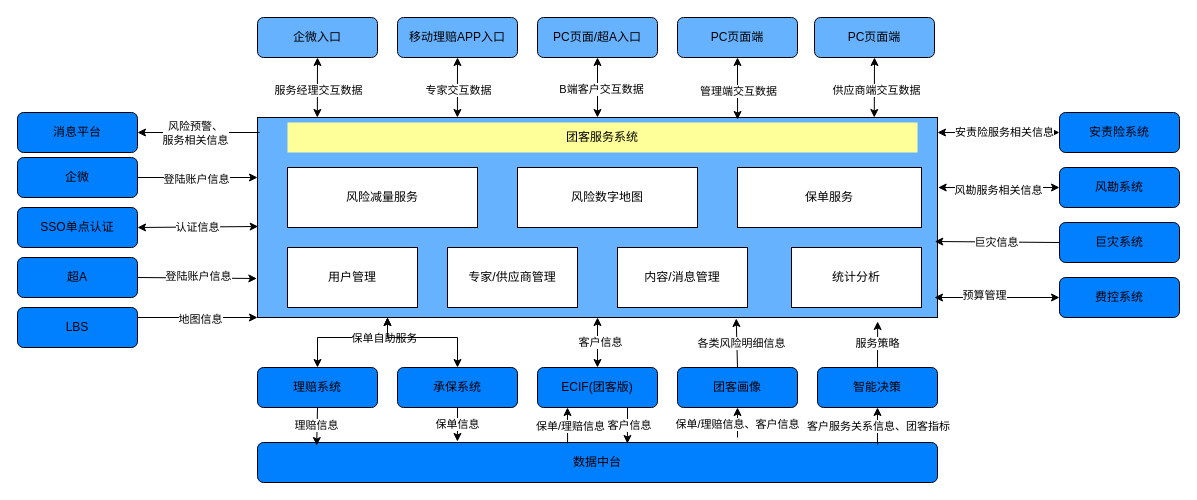
Before: 团客总体设计.drawio in loc1129/tech, a draw.io diagram. Source tidied: cells renumbered, new cells numbered last; positions are measured from the earlier drawing's top-left corner, leaving out a move shared by most shapes. Both pictures are drawn from the tidied source at 100%, with x=0, y=0 at pixel (17, 17).
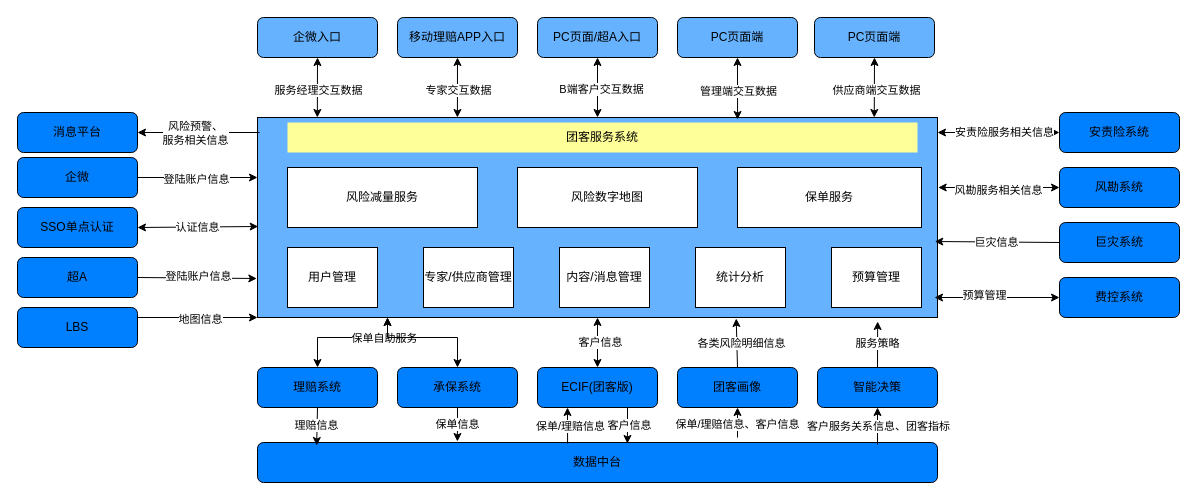
Above is the later version.

Commit message:
更新团客总体设计.drawio

What changed in the source:
```diff
@@
     <mxCell id="46" value="用户管理" style="rounded=0;whiteSpace=wrap;html=1;" parent="1" vertex="1">
-      <mxGeometry x="270" y="230" width="130" height="60" as="geometry" />
+      <mxGeometry x="270" y="230" width="90" height="60" as="geometry" />
     </mxCell>
     <mxCell id="47" value="专家/供应商管理" style="rounded=0;whiteSpace=wrap;html=1;" parent="1" vertex="1">
-      <mxGeometry x="430" y="230" width="130" height="60" as="geometry" />
+      <mxGeometry x="406" y="230" width="90" height="60" as="geometry" />
     </mxCell>
     <mxCell id="48" value="内容/消息管理" style="rounded=0;whiteSpace=wrap;html=1;" parent="1" vertex="1">
-      <mxGeometry x="600" y="230" width="130" height="60" as="geometry" />
+      <mxGeometry x="542" y="230" width="90" height="60" as="geometry" />
     </mxCell>
@@
     <mxCell id="51" value="统计分析" style="rounded=0;whiteSpace=wrap;html=1;" parent="1" vertex="1">
-      <mxGeometry x="774" y="230" width="130" height="60" as="geometry" />
+      <mxGeometry x="678" y="230" width="90" height="60" as="geometry" />
     </mxCell>
@@
+    <mxCell id="80" value="预算管理" style="rounded=0;whiteSpace=wrap;html=1;" parent="1" vertex="1">
+      <mxGeometry x="814" y="230" width="90" height="60" as="geometry" />
+    </mxCell>
```
